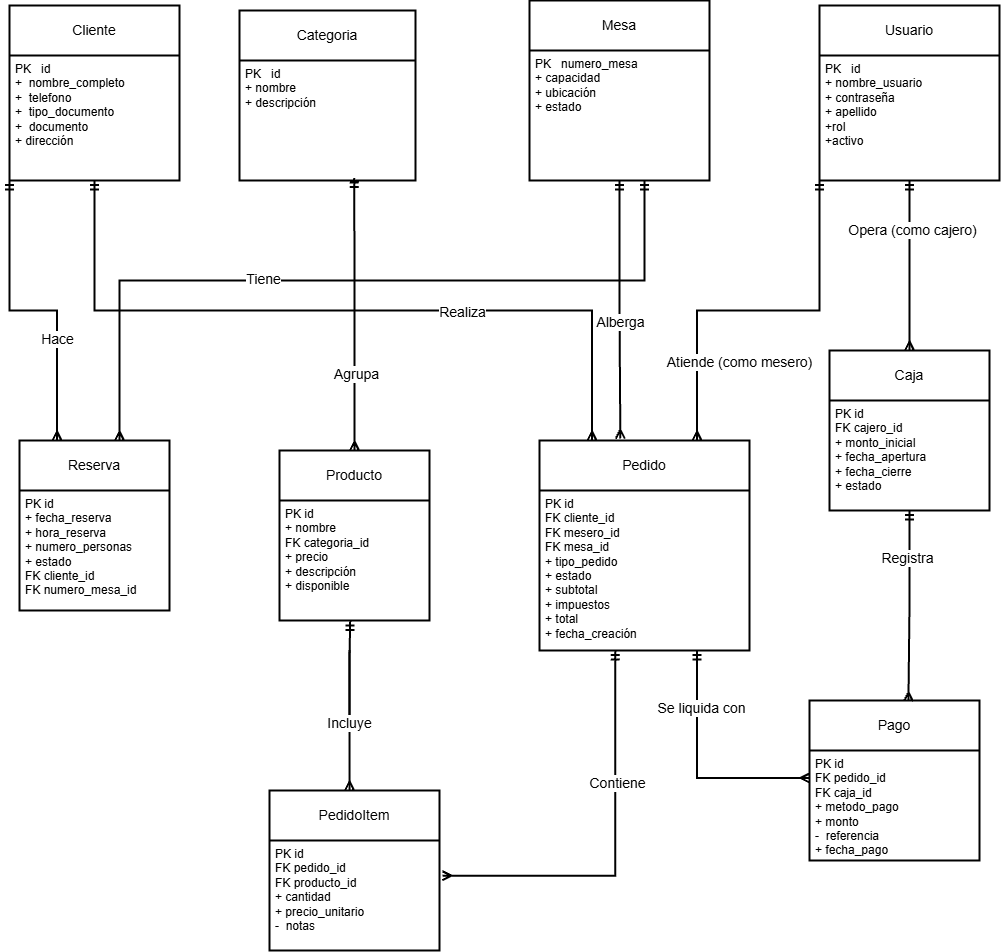
The draw.io diagram docs/MER - PROYECTO.drawio.png in carolsandoval00/porras-asadero-app, before a commit. Source tidied: cells renumbered, new cells last; positions are measured from the earlier drawing's top-left corner, leaving out a move shared by most shapes.
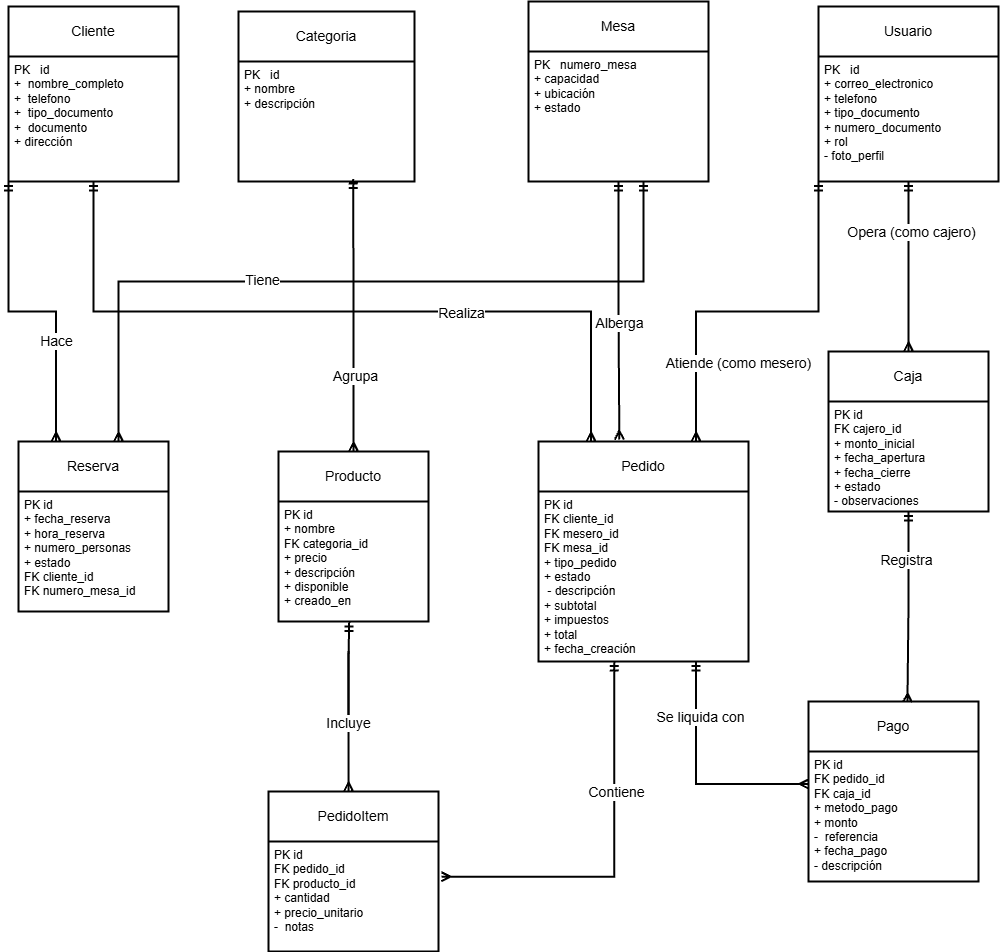
Later version of the same file.

Commit message:
fix: se actualizo el MER

The edit, as a diff of the source:
```diff
@@ -46,21 +46,21 @@
       <mxGeometry y="50" width="180" height="130" as="geometry" />
     </mxCell>
     <mxCell id="14" value="Pago" style="swimlane;horizontal=1;startSize=50;rounded=0;fontSize=14;fontStyle=0;strokeWidth=2;shadow=0;dashed=0;align=center;arcSize=4;whiteSpace=wrap;html=1;" parent="1" vertex="1">
-      <mxGeometry x="800" y="700" width="170" height="160" as="geometry" />
+      <mxGeometry x="800" y="700" width="170" height="180" as="geometry" />
     </mxCell>
-    <mxCell id="15" value="PK id&lt;br&gt;FK pedido_id&lt;br&gt;FK caja_id&lt;br&gt;+ metodo_pago&lt;div&gt;+ monto&lt;/div&gt;&lt;div&gt;-&amp;nbsp; referencia&lt;/div&gt;&lt;div&gt;+ fecha_pago&lt;/div&gt;" style="align=left;strokeColor=none;fillColor=none;spacingLeft=4;spacingRight=4;fontSize=12;verticalAlign=top;html=1;whiteSpace=wrap;rounded=0;" parent="14" vertex="1">
-      <mxGeometry y="50" width="170" height="110" as="geometry" />
+    <mxCell id="15" value="PK id&lt;br&gt;FK pedido_id&lt;br&gt;FK caja_id&lt;br&gt;+ metodo_pago&lt;div&gt;+ monto&lt;/div&gt;&lt;div&gt;-&amp;nbsp; referencia&lt;/div&gt;&lt;div&gt;+ fecha_pago&lt;/div&gt;&lt;div&gt;- descripción&lt;/div&gt;" style="align=left;strokeColor=none;fillColor=none;spacingLeft=4;spacingRight=4;fontSize=12;verticalAlign=top;html=1;whiteSpace=wrap;rounded=0;" parent="14" vertex="1">
+      <mxGeometry y="50" width="170" height="130" as="geometry" />
     </mxCell>
     <mxCell id="16" value="Usuario" style="swimlane;horizontal=1;startSize=50;rounded=0;fontSize=14;fontStyle=0;strokeWidth=2;shadow=0;dashed=0;align=center;arcSize=4;whiteSpace=wrap;html=1;" parent="1" vertex="1">
       <mxGeometry x="810" y="5" width="180" height="175" as="geometry" />
     </mxCell>
-    <mxCell id="17" value="PK&amp;nbsp; &amp;nbsp;id&lt;br&gt;&lt;div&gt;+ nombre_usuario&lt;/div&gt;&lt;div&gt;+ contraseña&lt;/div&gt;&lt;div&gt;+ apellido&lt;/div&gt;&lt;div&gt;+rol&lt;/div&gt;&lt;div&gt;+activo&lt;/div&gt;&lt;div&gt;&lt;br&gt;&lt;/div&gt;" style="align=left;strokeColor=none;fillColor=none;spacingLeft=4;spacingRight=4;fontSize=12;verticalAlign=top;html=1;whiteSpace=wrap;rounded=0;" parent="16" vertex="1">
+    <mxCell id="17" value="PK&amp;nbsp; &amp;nbsp;id&lt;div&gt;+ correo_electronico&lt;/div&gt;&lt;div&gt;+ telefono&lt;/div&gt;&lt;div&gt;+ tipo_documento&lt;/div&gt;&lt;div&gt;+ numero_documento&lt;/div&gt;&lt;div&gt;+ rol&lt;/div&gt;&lt;div&gt;- foto_perfil&lt;br&gt;&lt;div&gt;&lt;pre class=&quot;overflow-visible! px-0!&quot;&gt;&lt;div class=&quot;relative w-full mt-4 mb-1&quot;&gt;&lt;div class=&quot;&quot;&gt;&lt;div class=&quot;contents&quot;&gt;&lt;div class=&quot;relative&quot;&gt;&lt;div class=&quot;h-full min-h-0 min-w-0&quot;&gt;&lt;div class=&quot;h-full min-h-0 min-w-0&quot;&gt;&lt;div class=&quot;border border-token-border-light border-radius-3xl corner-superellipse/1.1 rounded-3xl&quot;&gt;&lt;div class=&quot;h-full w-full border-radius-3xl bg-token-bg-elevated-secondary corner-superellipse/1.1 overflow-clip rounded-3xl lxnfua_clipPathFallback&quot;&gt;&lt;div class=&quot;relative&quot;&gt;&lt;div class=&quot;pe-11 pt-3&quot;&gt;&lt;div class=&quot;relative z-0 flex max-w-full&quot;&gt;&lt;div id=&quot;code-block-viewer&quot; dir=&quot;ltr&quot; class=&quot;q9tKkq_viewer cm-editor z-10 light:cm-light dark:cm-light flex h-full w-full flex-col items-stretch ͼd ͼr&quot;&gt;&lt;div class=&quot;cm-scroller&quot;&gt;&lt;pre class=&quot;cm-content q9tKkq_readonly m-0&quot;&gt;&lt;br&gt;&lt;/pre&gt;&lt;/div&gt;&lt;/div&gt;&lt;/div&gt;&lt;/div&gt;&lt;/div&gt;&lt;/div&gt;&lt;/div&gt;&lt;/div&gt;&lt;/div&gt;&lt;div class=&quot;&quot;&gt;&lt;div class=&quot;&quot;&gt;&lt;/div&gt;&lt;/div&gt;&lt;/div&gt;&lt;/div&gt;&lt;/div&gt;&lt;/div&gt;&lt;/pre&gt;&lt;br&gt;&lt;p&gt;&lt;/p&gt;&lt;/div&gt;&lt;div&gt;&lt;br&gt;&lt;/div&gt;&lt;/div&gt;" style="align=left;strokeColor=none;fillColor=none;spacingLeft=4;spacingRight=4;fontSize=12;verticalAlign=top;html=1;whiteSpace=wrap;rounded=0;" parent="16" vertex="1">
       <mxGeometry y="50" width="180" height="125" as="geometry" />
     </mxCell>
     <mxCell id="18" value="Producto" style="swimlane;horizontal=1;startSize=50;rounded=0;fontSize=14;fontStyle=0;strokeWidth=2;shadow=0;dashed=0;align=center;arcSize=4;whiteSpace=wrap;html=1;" parent="1" vertex="1">
       <mxGeometry x="270" y="450" width="150" height="170" as="geometry" />
     </mxCell>
-    <mxCell id="19" value="PK id&lt;div&gt;+ nombre&lt;/div&gt;&lt;div&gt;FK categoria_id&lt;/div&gt;&lt;div&gt;+ precio&lt;/div&gt;&lt;div&gt;+ descripción&lt;/div&gt;&lt;div&gt;+ disponible&lt;/div&gt;" style="align=left;strokeColor=none;fillColor=none;spacingLeft=4;spacingRight=4;fontSize=12;verticalAlign=top;html=1;whiteSpace=wrap;rounded=0;" parent="18" vertex="1">
+    <mxCell id="19" value="PK id&lt;div&gt;+ nombre&lt;/div&gt;&lt;div&gt;FK categoria_id&lt;/div&gt;&lt;div&gt;+ precio&lt;/div&gt;&lt;div&gt;+ descripción&lt;/div&gt;&lt;div&gt;+ disponible&lt;/div&gt;&lt;div&gt;+ creado_en&lt;/div&gt;" style="align=left;strokeColor=none;fillColor=none;spacingLeft=4;spacingRight=4;fontSize=12;verticalAlign=top;html=1;whiteSpace=wrap;rounded=0;" parent="18" vertex="1">
       <mxGeometry y="50" width="150" height="120" as="geometry" />
     </mxCell>
     <mxCell id="20" style="edgeStyle=orthogonalEdgeStyle;rounded=0;jettySize=auto;html=1;exitX=0.75;exitY=0;exitDx=0;exitDy=0;entryX=0;entryY=1;entryDx=0;entryDy=0;endArrow=ERmandOne;endFill=0;startArrow=ERmany;startFill=0;strokeWidth=2;" parent="1" edge="1" source="22" target="17">
@@ -72,15 +72,15 @@
       </mxGeometry>
     </mxCell>
     <mxCell id="22" value="Pedido" style="swimlane;horizontal=1;startSize=50;rounded=0;fontSize=14;fontStyle=0;strokeWidth=2;shadow=0;dashed=0;align=center;arcSize=4;whiteSpace=wrap;html=1;" parent="1" vertex="1">
-      <mxGeometry x="530" y="440" width="210" height="210" as="geometry" />
+      <mxGeometry x="530" y="440" width="210" height="220" as="geometry" />
     </mxCell>
-    <mxCell id="23" value="PK id&lt;div&gt;FK cliente_id&lt;/div&gt;&lt;div&gt;FK mesero_id&lt;/div&gt;&lt;div&gt;FK mesa_id&lt;/div&gt;&lt;div&gt;+ tipo_pedido&lt;/div&gt;&lt;div&gt;+ estado&lt;/div&gt;&lt;div&gt;+ subtotal&lt;/div&gt;&lt;div&gt;+ impuestos&lt;/div&gt;&lt;div&gt;+ total&lt;/div&gt;&lt;div&gt;+ fecha_creación&lt;/div&gt;" style="align=left;strokeColor=none;fillColor=none;spacingLeft=4;spacingRight=4;fontSize=12;verticalAlign=top;html=1;whiteSpace=wrap;rounded=0;" parent="22" vertex="1">
-      <mxGeometry y="50" width="210" height="160" as="geometry" />
+    <mxCell id="23" value="PK id&lt;div&gt;FK cliente_id&lt;/div&gt;&lt;div&gt;FK mesero_id&lt;/div&gt;&lt;div&gt;FK mesa_id&lt;/div&gt;&lt;div&gt;+ tipo_pedido&lt;/div&gt;&lt;div&gt;+ estado&lt;/div&gt;&lt;div&gt;&amp;nbsp;- descripción&amp;nbsp;&lt;/div&gt;&lt;div&gt;+ subtotal&lt;/div&gt;&lt;div&gt;+ impuestos&lt;/div&gt;&lt;div&gt;+ total&lt;/div&gt;&lt;div&gt;+ fecha_creación&lt;/div&gt;" style="align=left;strokeColor=none;fillColor=none;spacingLeft=4;spacingRight=4;fontSize=12;verticalAlign=top;html=1;whiteSpace=wrap;rounded=0;" parent="22" vertex="1">
+      <mxGeometry y="50" width="210" height="170" as="geometry" />
     </mxCell>
     <mxCell id="24" value="Caja" style="swimlane;horizontal=1;startSize=50;rounded=0;fontSize=14;fontStyle=0;strokeWidth=2;shadow=0;dashed=0;align=center;arcSize=4;whiteSpace=wrap;html=1;" parent="1" vertex="1">
       <mxGeometry x="820" y="350" width="160" height="160" as="geometry" />
     </mxCell>
-    <mxCell id="25" value="PK id&lt;div&gt;FK cajero_id&lt;/div&gt;&lt;div&gt;+ monto_inicial&lt;/div&gt;&lt;div&gt;+ fecha_apertura&lt;/div&gt;&lt;div&gt;+ fecha_cierre&lt;/div&gt;&lt;div&gt;+ estado&lt;/div&gt;&lt;div&gt;&lt;br&gt;&lt;/div&gt;" style="align=left;strokeColor=none;fillColor=none;spacingLeft=4;spacingRight=4;fontSize=12;verticalAlign=top;html=1;whiteSpace=wrap;rounded=0;" parent="24" vertex="1">
+    <mxCell id="25" value="PK id&lt;div&gt;FK cajero_id&lt;/div&gt;&lt;div&gt;+ monto_inicial&lt;/div&gt;&lt;div&gt;+ fecha_apertura&lt;/div&gt;&lt;div&gt;+ fecha_cierre&lt;/div&gt;&lt;div&gt;+ estado&lt;/div&gt;&lt;div&gt;- observaciones&lt;/div&gt;&lt;div&gt;&lt;br&gt;&lt;/div&gt;" style="align=left;strokeColor=none;fillColor=none;spacingLeft=4;spacingRight=4;fontSize=12;verticalAlign=top;html=1;whiteSpace=wrap;rounded=0;" parent="24" vertex="1">
       <mxGeometry y="50" width="160" height="110" as="geometry" />
     </mxCell>
     <mxCell id="26" style="endArrow=none;html=1;rounded=0;startArrow=ERmandOne;startFill=0;exitX=0.471;exitY=1.004;exitDx=0;exitDy=0;exitPerimeter=0;strokeWidth=2;" parent="1" edge="1" source="19">
```
